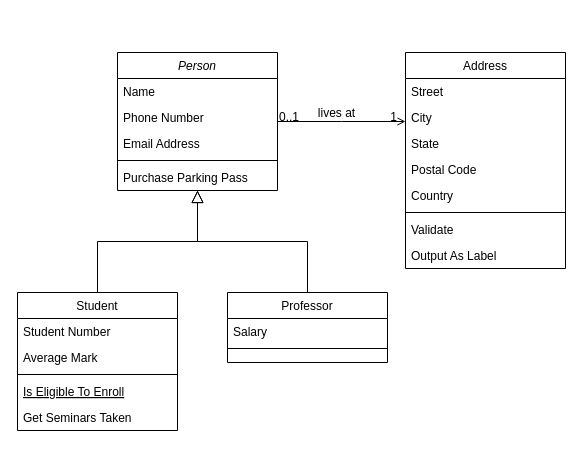
Above: django_basico/platzipremios/Diagrama sin título.drawio in FROSTYLAN/Notes-DjangoSchool (draw.io), before the change. Source tidied: cells renumbered, new cells numbered last; positions are measured from the earlier drawing's top-left corner, leaving out a move shared by most shapes. Both pictures are drawn from the tidied source at 100%, with x=0, y=0 at pixel (17, 52).
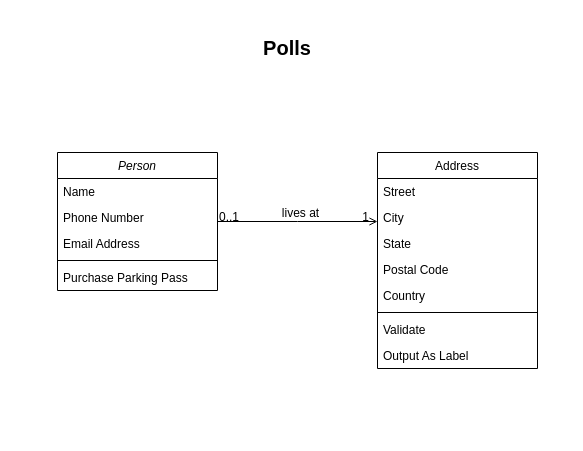
The same page after the edit.

The edit, as a diff of the source:
```diff
@@
     <mxCell id="2" value="Person" style="swimlane;fontStyle=2;align=center;verticalAlign=top;horizontal=1;startSize=26;rounded=0;shadow=0;strokeWidth=1;" parent="1" vertex="1">
-      <mxGeometry x="100" width="160" height="138" as="geometry" />
+      <mxGeometry x="40" y="100" width="160" height="138" as="geometry" />
     </mxCell>
@@
-    <mxCell id="8" value="Student" style="swimlane;fontStyle=0;align=center;verticalAlign=top;horizontal=1;startSize=26;rounded=0;shadow=0;strokeWidth=1;" parent="1" vertex="1">
-      <mxGeometry y="240" width="160" height="138" as="geometry" />
-    </mxCell>
-    <mxCell id="9" value="Student Number" style="text;align=left;verticalAlign=top;spacingLeft=4;spacingRight=4;overflow=hidden;" parent="8" vertex="1">
-      <mxGeometry y="26" width="160" height="26" as="geometry" />
-    </mxCell>
-    <mxCell id="10" value="Average Mark" style="text;align=left;verticalAlign=top;spacingLeft=4;spacingRight=4;overflow=hidden;rounded=0;shadow=0;html=0;" parent="8" vertex="1">
-      <mxGeometry y="52" width="160" height="26" as="geometry" />
-    </mxCell>
-    <mxCell id="11" style="line;html=1;strokeWidth=1;align=left;verticalAlign=middle;spacingTop=-1;spacingLeft=3;spacingRight=3;labelPosition=right;" parent="8" vertex="1">
-      <mxGeometry y="78" width="160" height="8" as="geometry" />
-    </mxCell>
-    <mxCell id="12" value="Is Eligible To Enroll" style="text;align=left;verticalAlign=top;spacingLeft=4;spacingRight=4;overflow=hidden;fontStyle=4;" parent="8" vertex="1">
-      <mxGeometry y="86" width="160" height="26" as="geometry" />
-    </mxCell>
-    <mxCell id="13" value="Get Seminars Taken" style="text;align=left;verticalAlign=top;spacingLeft=4;spacingRight=4;overflow=hidden;" parent="8" vertex="1">
-      <mxGeometry y="112" width="160" height="26" as="geometry" />
-    </mxCell>
-    <mxCell id="14" style="endArrow=block;endSize=10;endFill=0;shadow=0;strokeWidth=1;rounded=0;edgeStyle=elbowEdgeStyle;elbow=vertical;" parent="1" edge="1" source="8" target="2">
-      <mxGeometry relative="1" as="geometry" />
-    </mxCell>
-    <mxCell id="15" value="Professor" style="swimlane;fontStyle=0;align=center;verticalAlign=top;horizontal=1;startSize=26;rounded=0;shadow=0;strokeWidth=1;" parent="1" vertex="1">
-      <mxGeometry x="210" y="240" width="160" height="70" as="geometry" />
-    </mxCell>
-    <mxCell id="16" value="Salary" style="text;align=left;verticalAlign=top;spacingLeft=4;spacingRight=4;overflow=hidden;" parent="15" vertex="1">
-      <mxGeometry y="26" width="160" height="26" as="geometry" />
-    </mxCell>
-    <mxCell id="17" style="line;html=1;strokeWidth=1;align=left;verticalAlign=middle;spacingTop=-1;spacingLeft=3;spacingRight=3;labelPosition=right;" parent="15" vertex="1">
-      <mxGeometry y="52" width="160" height="8" as="geometry" />
-    </mxCell>
-    <mxCell id="18" style="endArrow=block;endSize=10;endFill=0;shadow=0;strokeWidth=1;rounded=0;edgeStyle=elbowEdgeStyle;elbow=vertical;" parent="1" edge="1" source="15" target="2">
-      <mxGeometry relative="1" as="geometry" />
-    </mxCell>
     <mxCell id="19" value="Address" style="swimlane;fontStyle=0;align=center;verticalAlign=top;horizontal=1;startSize=26;rounded=0;shadow=0;strokeWidth=1;" parent="1" vertex="1">
-      <mxGeometry x="388" width="160" height="216" as="geometry" />
+      <mxGeometry x="360" y="100" width="160" height="216" as="geometry" />
     </mxCell>
@@
+    <mxCell id="32" value="&lt;h1&gt;&lt;font style=&quot;font-size: 20px;&quot;&gt;&lt;b style=&quot;&quot;&gt;Polls&lt;/b&gt;&lt;/font&gt;&lt;/h1&gt;" style="text;strokeColor=none;fillColor=none;html=1;align=center;verticalAlign=middle;whiteSpace=wrap;rounded=0;hachureGap=4;" parent="1" vertex="1">
+      <mxGeometry x="210" y="-30" width="120" height="50" as="geometry" />
+    </mxCell>
```
